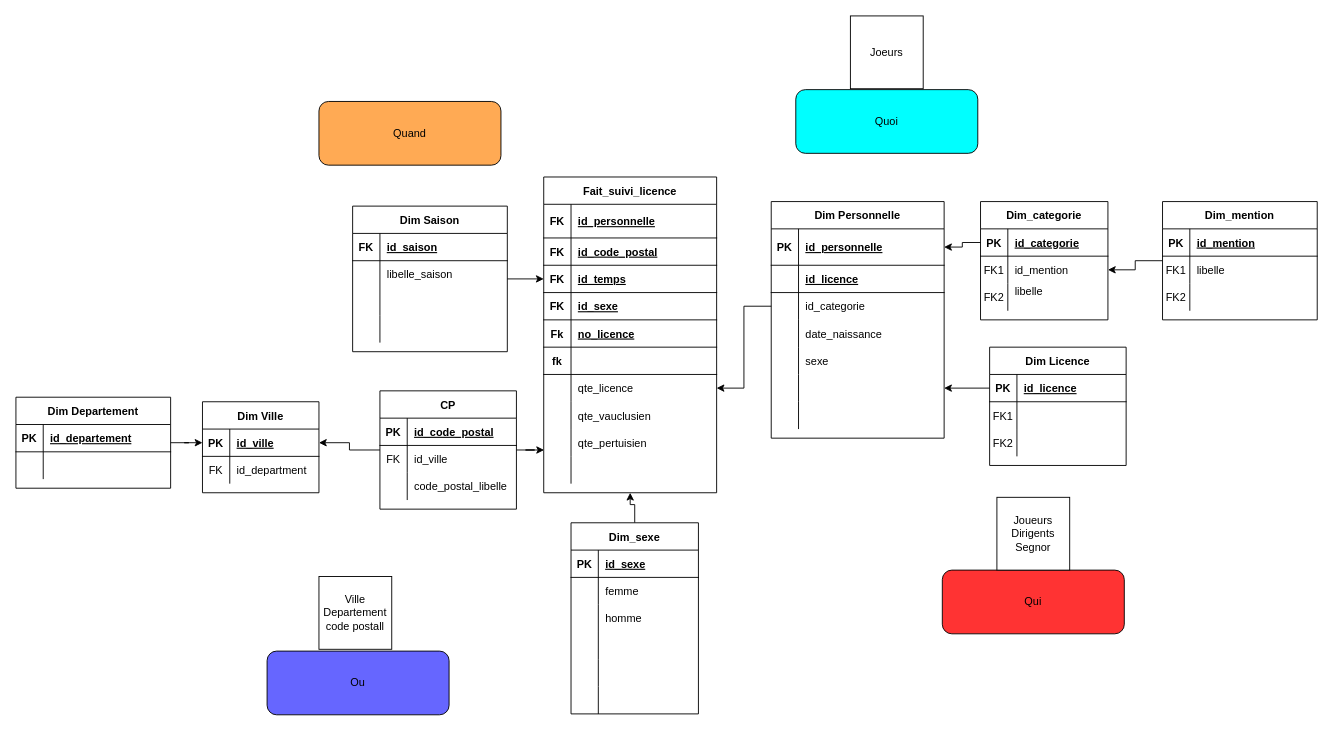
The draw.io diagram diagrams/exam_prep.drawio in T-lamo/datawarehouse, before the edit. Source tidied: cells renumbered, new cells numbered last; positions are measured from the earlier drawing's top-left corner, leaving out a move shared by most shapes. Both pictures are drawn from the tidied source at 91%, with x=0, y=0 at pixel (15, 15).
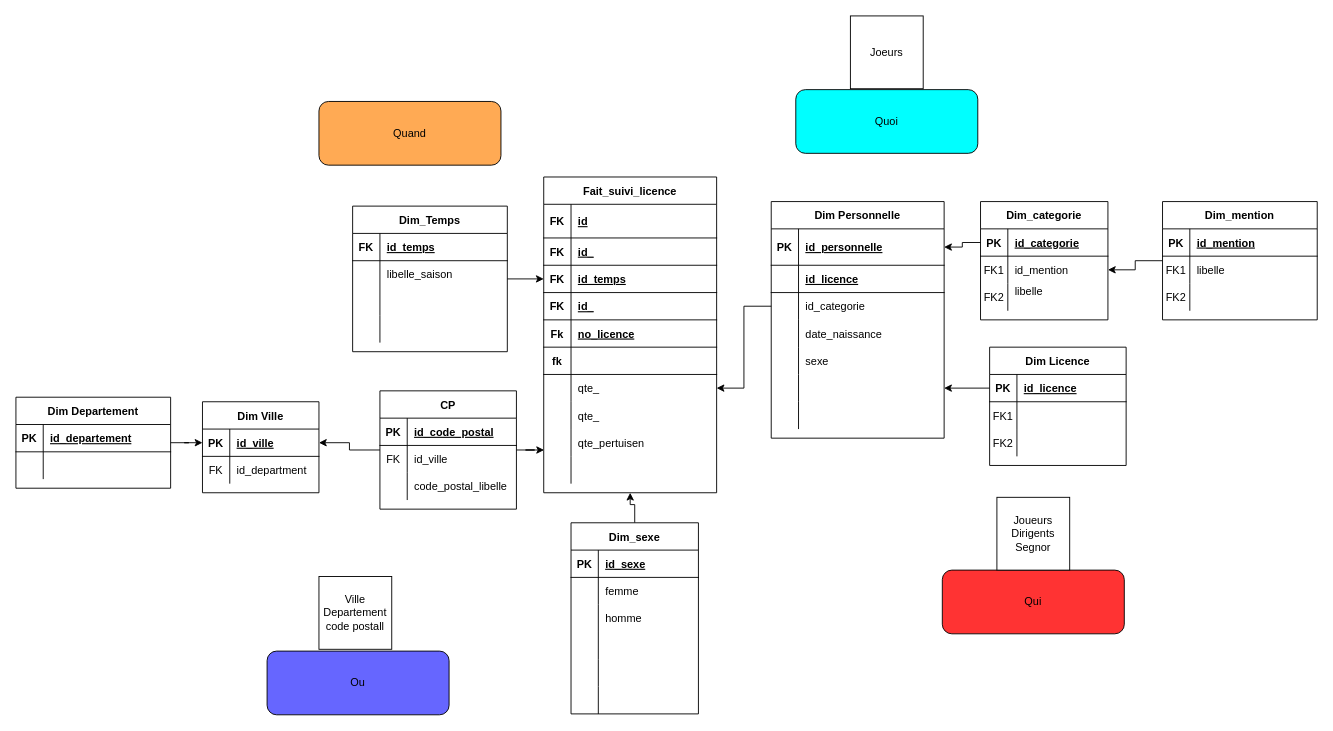
Above is the later version.

The change refers to these unchanged cells:
```xml
<mxCell id="3" style="shape=partialRectangle;fillColor=none;top=0;left=0;right=0;bottom=1;" parent="2" vertex="1">
  <mxGeometry y="30" width="190" height="37" as="geometry" />
</mxCell>
<mxCell id="6" style="shape=partialRectangle;fillColor=none;top=0;left=0;right=0;bottom=1;" parent="2" vertex="1">
  <mxGeometry y="67" width="190" height="30" as="geometry" />
</mxCell>
<mxCell id="12" style="shape=partialRectangle;fillColor=none;top=0;left=0;right=0;bottom=1;" parent="2" vertex="1">
  <mxGeometry y="127" width="190" height="30" as="geometry" />
</mxCell>
<mxCell id="21" style="shape=partialRectangle;fillColor=none;points=[[0,0.5],[1,0.5]];portConstraint=eastwest;top=0;left=0;right=0;bottom=0;" parent="2" vertex="1">
  <mxGeometry y="217" width="190" height="30" as="geometry" />
</mxCell>
<mxCell id="24" style="shape=partialRectangle;fillColor=none;top=0;left=0;right=0;bottom=0;" parent="2" vertex="1">
  <mxGeometry y="247" width="190" height="30" as="geometry" />
</mxCell>
<mxCell id="27" style="shape=partialRectangle;fillColor=none;points=[[0,0.5],[1,0.5]];portConstraint=eastwest;top=0;left=0;right=0;bottom=0;" parent="2" vertex="1">
  <mxGeometry y="277" width="190" height="30" as="geometry" />
</mxCell>
<mxCell id="64" style="shape=partialRectangle;fillColor=none;top=0;left=0;right=0;bottom=1;" parent="63" vertex="1">
  <mxGeometry y="30" width="170" height="30" as="geometry" />
</mxCell>
```

Diff of the diagram source:
```diff
@@
-    <mxCell id="5" value="id_personnelle" style="shape=partialRectangle;overflow=hidden;fillColor=none;top=0;left=0;bottom=0;right=0;align=left;spacingLeft=6;fontStyle=5;" parent="3" vertex="1">
+    <mxCell id="5" value="id" style="shape=partialRectangle;overflow=hidden;fillColor=none;top=0;left=0;bottom=0;right=0;align=left;spacingLeft=6;fontStyle=5;" parent="3" vertex="1">
       <mxGeometry x="30" width="160" height="37" as="geometry" />
     </mxCell>
@@
-    <mxCell id="8" value="id_code_postal" style="shape=partialRectangle;overflow=hidden;fillColor=none;top=0;left=0;bottom=0;right=0;align=left;spacingLeft=6;fontStyle=5;" parent="6" vertex="1">
+    <mxCell id="8" value="id_" style="shape=partialRectangle;overflow=hidden;fillColor=none;top=0;left=0;bottom=0;right=0;align=left;spacingLeft=6;fontStyle=5;" parent="6" vertex="1">
       <mxGeometry x="30" width="160" height="30" as="geometry" />
     </mxCell>
@@
-    <mxCell id="14" value="id_sexe" style="shape=partialRectangle;overflow=hidden;fillColor=none;top=0;left=0;bottom=0;right=0;align=left;spacingLeft=6;fontStyle=5;" parent="12" vertex="1">
+    <mxCell id="14" value="id_" style="shape=partialRectangle;overflow=hidden;fillColor=none;top=0;left=0;bottom=0;right=0;align=left;spacingLeft=6;fontStyle=5;" parent="12" vertex="1">
       <mxGeometry x="30" width="160" height="30" as="geometry" />
     </mxCell>
@@
-    <mxCell id="23" value="qte_licence" style="shape=partialRectangle;overflow=hidden;fillColor=none;top=0;left=0;bottom=0;right=0;align=left;spacingLeft=6;" parent="21" vertex="1">
+    <mxCell id="23" value="qte_" style="shape=partialRectangle;overflow=hidden;fillColor=none;top=0;left=0;bottom=0;right=0;align=left;spacingLeft=6;" parent="21" vertex="1">
       <mxGeometry x="30" width="160" height="30" as="geometry" />
     </mxCell>
@@
-    <mxCell id="26" value="qte_vauclusien" style="shape=partialRectangle;overflow=hidden;fillColor=none;top=0;left=0;bottom=0;right=0;align=left;spacingLeft=6;" parent="24" vertex="1">
+    <mxCell id="26" value="qte_" style="shape=partialRectangle;overflow=hidden;fillColor=none;top=0;left=0;bottom=0;right=0;align=left;spacingLeft=6;" parent="24" vertex="1">
       <mxGeometry x="30" width="160" height="30" as="geometry" />
     </mxCell>
@@
-    <mxCell id="29" value="qte_pertuisien" style="shape=partialRectangle;overflow=hidden;fillColor=none;top=0;left=0;bottom=0;right=0;align=left;spacingLeft=6;" parent="27" vertex="1">
+    <mxCell id="29" value="qte_pertuisen" style="shape=partialRectangle;overflow=hidden;fillColor=none;top=0;left=0;bottom=0;right=0;align=left;spacingLeft=6;" parent="27" vertex="1">
       <mxGeometry x="30" width="160" height="30" as="geometry" />
     </mxCell>
@@
-    <mxCell id="63" value="Dim Saison" style="shape=table;startSize=30;childLayout=tableLayout;rowLines=0;fontStyle=1;align=center;" parent="1" vertex="1">
+    <mxCell id="63" value="Dim_Temps" style="shape=table;startSize=30;childLayout=tableLayout;rowLines=0;fontStyle=1;align=center;" parent="1" vertex="1">
       <mxGeometry x="370" y="209" width="170" height="160" as="geometry" />
     </mxCell>
@@
-    <mxCell id="66" value="id_saison" style="shape=partialRectangle;overflow=hidden;fillColor=none;top=0;left=0;bottom=0;right=0;align=left;spacingLeft=6;fontStyle=5;" parent="64" vertex="1">
+    <mxCell id="66" value="id_temps" style="shape=partialRectangle;overflow=hidden;fillColor=none;top=0;left=0;bottom=0;right=0;align=left;spacingLeft=6;fontStyle=5;" parent="64" vertex="1">
       <mxGeometry x="30" width="140" height="30" as="geometry" />
     </mxCell>
```
